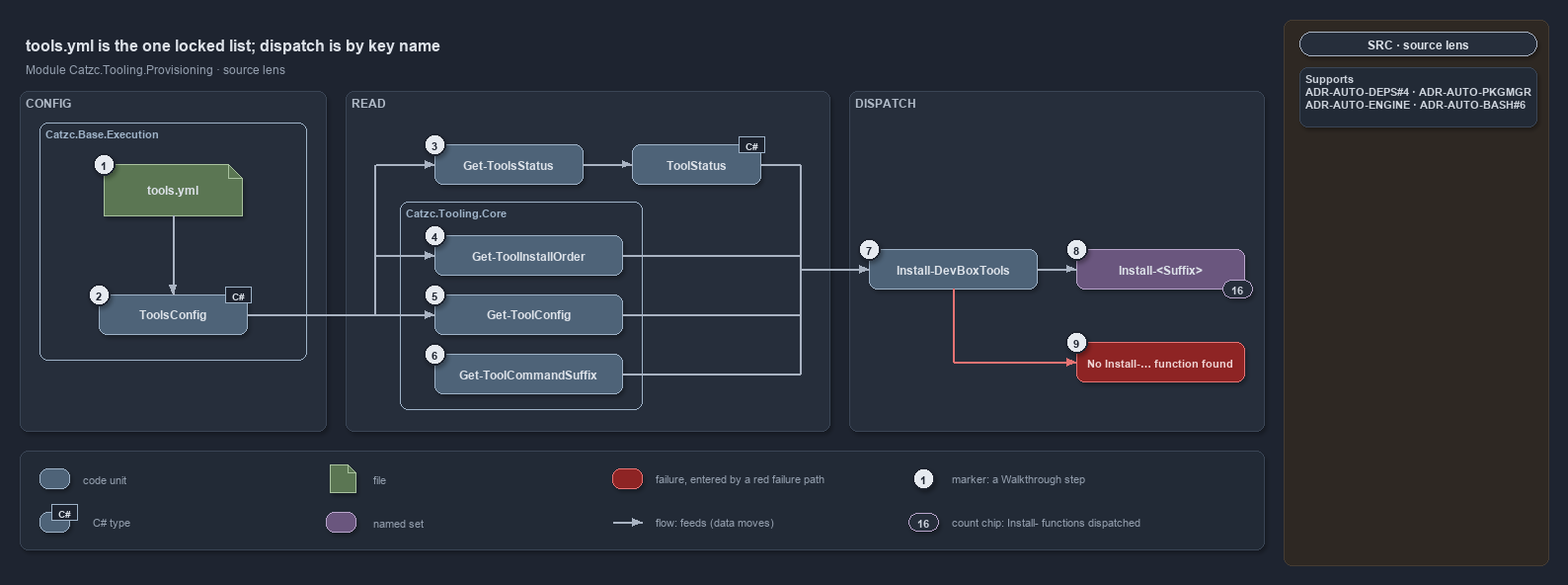
Earlier version of the draw.io export docs/references/pwsh/.assets/tools-yml-install-dispatch/diagram.drawio.png (casperease/catzc). Source tidied: cells renumbered, new cells last; positions are measured from the earlier drawing's top-left corner, leaving out a move shared by most shapes.
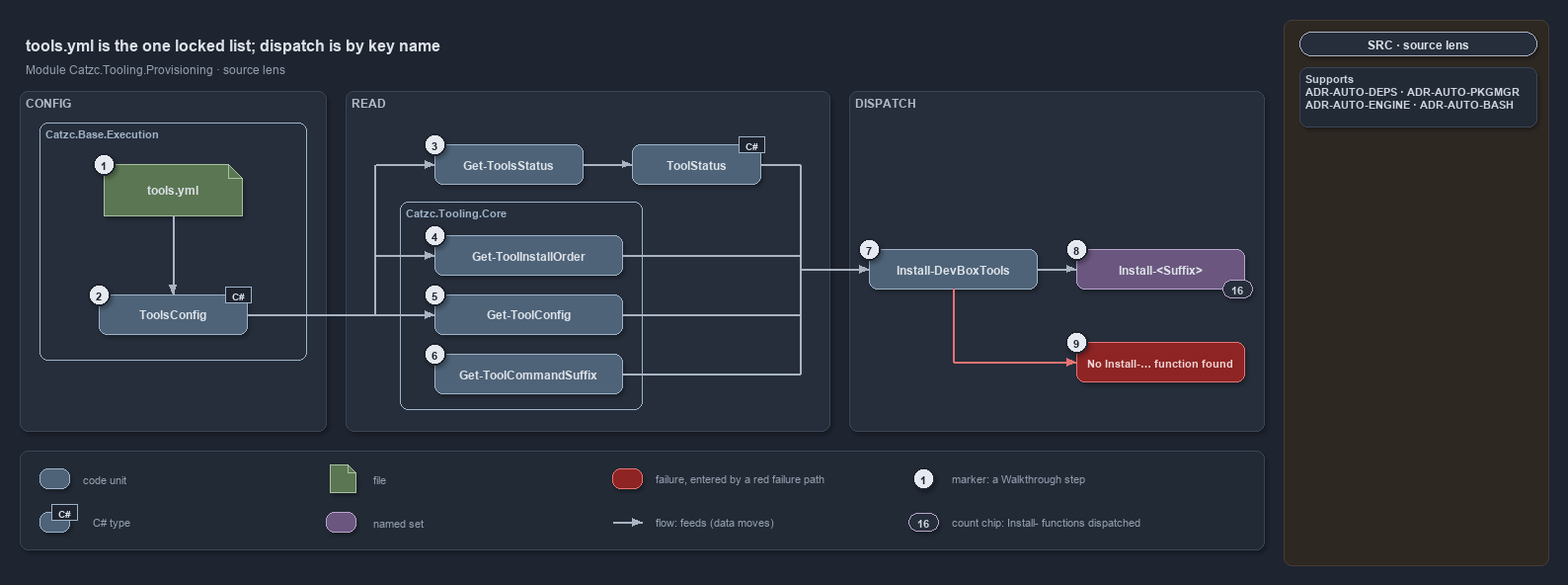
Above is the later version.

What changed in the source:
```diff
@@ -230,7 +230,7 @@
     <mxCell id="77" value="SRC · source lens" style="rounded=1;arcSize=50;whiteSpace=wrap;html=1;fillColor=#262E3B;strokeColor=#AAB4C3;fontColor=#DDE2E9;fontStyle=1;fontSize=12;" parent="1" vertex="1">
       <mxGeometry x="1296" y="12" width="240" height="24" as="geometry" />
     </mxCell>
-    <mxCell id="78" value="&lt;b&gt;Supports&lt;/b&gt;&lt;br&gt;ADR-AUTO-DEPS#4 · ADR-AUTO-PKGMGR&lt;br&gt;ADR-AUTO-ENGINE · ADR-AUTO-BASH#6" style="rounded=1;arcSize=6;whiteSpace=wrap;html=1;align=left;verticalAlign=top;spacingLeft=6;fontSize=11;fontColor=#CDD3DC;fillColor=#222A36;strokeColor=#3A4555;" parent="1" vertex="1">
+    <mxCell id="78" value="&lt;b&gt;Supports&lt;/b&gt;&lt;br&gt;ADR-AUTO-DEPS &amp;#183; ADR-AUTO-PKGMGR&lt;br&gt;ADR-AUTO-ENGINE &amp;#183; ADR-AUTO-BASH" style="rounded=1;arcSize=6;whiteSpace=wrap;html=1;align=left;verticalAlign=top;spacingLeft=6;fontSize=11;fontColor=#CDD3DC;fillColor=#222A36;strokeColor=#3A4555;" parent="1" vertex="1">
       <mxGeometry x="1296" y="48" width="240" height="60" as="geometry" />
     </mxCell>
   </root>
```
